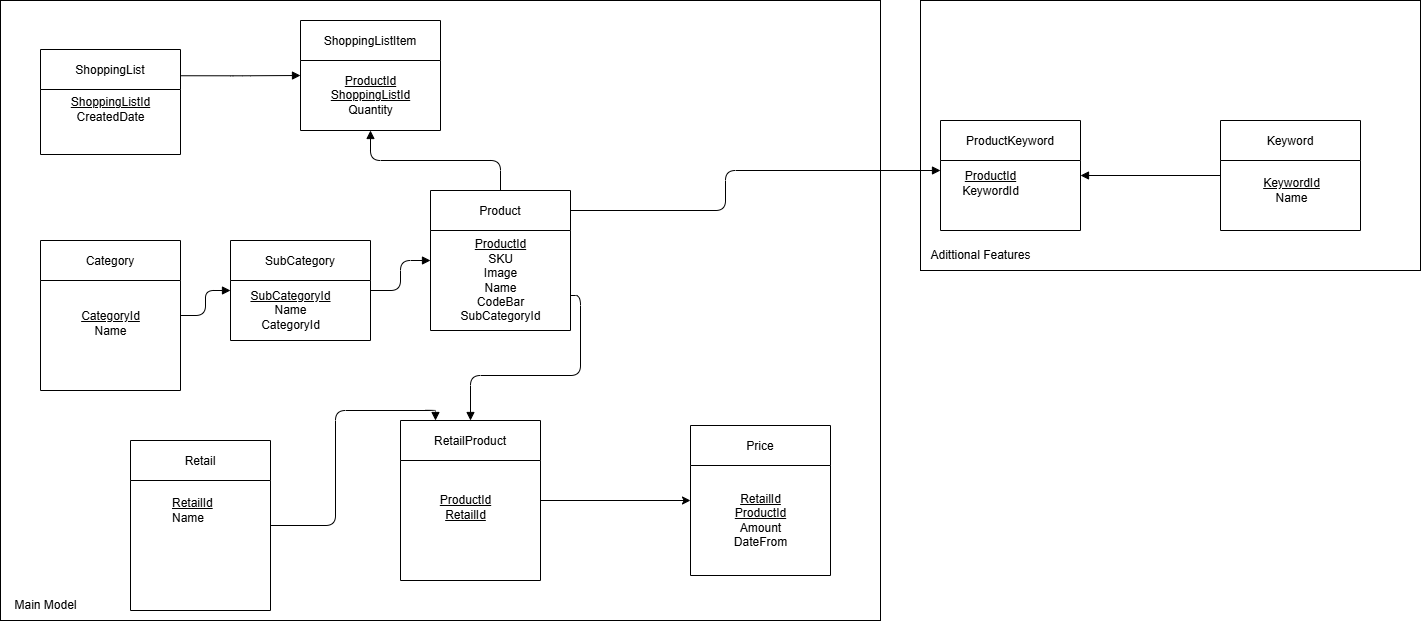
Before: ModeloDeDominio.png, a diagram exported from draw.io (utnfrrodsw/tp). Source tidied: cells renumbered, new cells last; positions are measured from the earlier drawing's top-left corner, leaving out a move shared by most shapes.
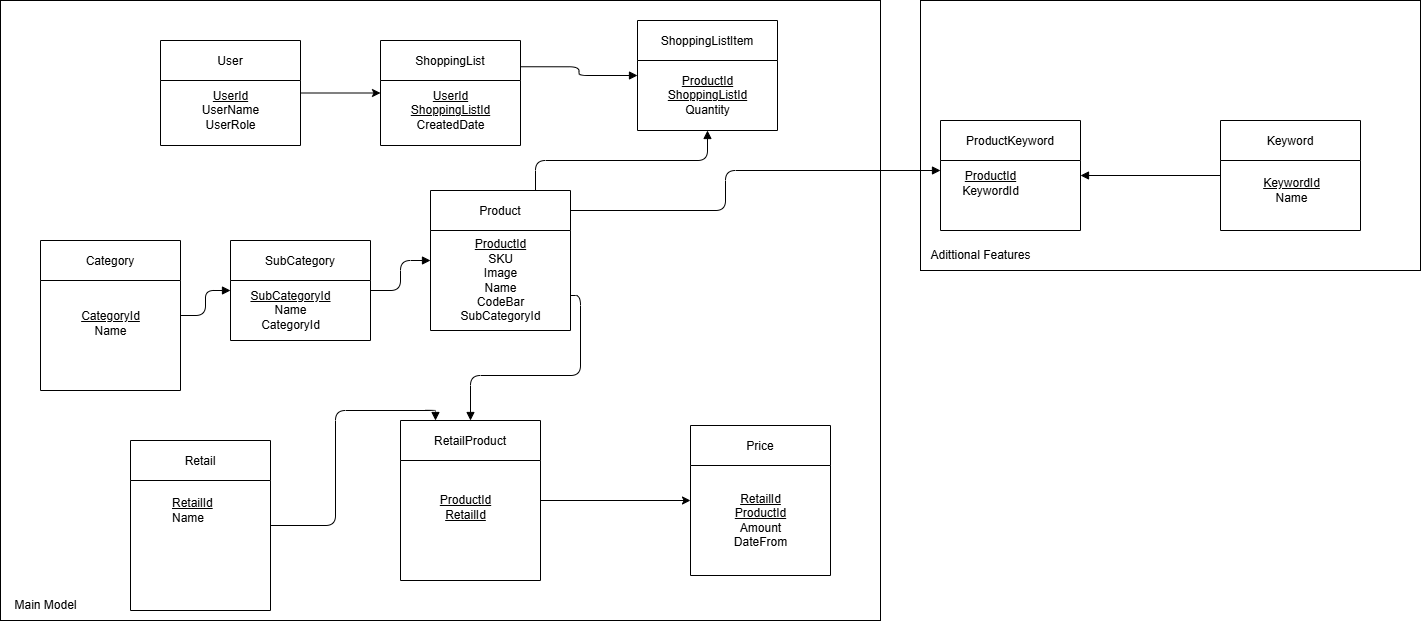
The same file after the commit.

Commit message:
Added User class

What changed in the source:
```diff
@@ -42,13 +42,13 @@
       <mxGeometry x="30" y="50" width="70" height="60" as="geometry" />
     </mxCell>
     <mxCell id="15" value="ShoppingList" style="shape=swimlane;" parent="1" vertex="1">
-      <mxGeometry x="40" y="49" width="140" height="105" as="geometry" />
+      <mxGeometry x="380" y="40" width="140" height="105" as="geometry" />
     </mxCell>
-    <mxCell id="16" value="&lt;u&gt;ShoppingListId&lt;/u&gt;&lt;div&gt;CreatedDate&lt;/div&gt;" style="text;html=1;align=center;verticalAlign=middle;strokeColor=none;fillColor=none;" parent="15" vertex="1">
-      <mxGeometry x="20" y="40" width="100" height="40" as="geometry" />
+    <mxCell id="16" value="&lt;u&gt;UserId&lt;/u&gt;&lt;div&gt;&lt;u&gt;ShoppingListId&lt;/u&gt;&lt;div&gt;CreatedDate&lt;/div&gt;&lt;/div&gt;" style="text;html=1;align=center;verticalAlign=middle;strokeColor=none;fillColor=none;" parent="15" vertex="1">
+      <mxGeometry x="20" y="40" width="100" height="60" as="geometry" />
     </mxCell>
     <mxCell id="17" value="ShoppingListItem" style="shape=swimlane;" parent="1" vertex="1">
-      <mxGeometry x="300" y="20" width="140" height="110" as="geometry" />
+      <mxGeometry x="637" y="20" width="140" height="110" as="geometry" />
     </mxCell>
     <mxCell id="18" value="&lt;u&gt;ProductId&lt;/u&gt;&lt;div&gt;&lt;u&gt;ShoppingListId&lt;/u&gt;&lt;/div&gt;&lt;div&gt;Quantity&lt;/div&gt;" style="text;html=1;align=center;verticalAlign=middle;strokeColor=none;fillColor=none;" parent="17" vertex="1">
       <mxGeometry x="20" y="45" width="100" height="60" as="geometry" />
@@ -83,7 +83,7 @@
     <mxCell id="28" style="edgeStyle=orthogonalEdgeStyle;endArrow=block;exitX=1;exitY=0.25;exitDx=0;exitDy=0;" parent="1" edge="1" source="15" target="17">
       <mxGeometry relative="1" as="geometry" />
     </mxCell>
-    <mxCell id="29" style="edgeStyle=orthogonalEdgeStyle;endArrow=block;" parent="1" edge="1" source="10" target="17">
+    <mxCell id="29" style="edgeStyle=orthogonalEdgeStyle;endArrow=block;exitX=0.75;exitY=0;exitDx=0;exitDy=0;" parent="1" edge="1" source="10" target="17">
       <mxGeometry relative="1" as="geometry" />
     </mxCell>
     <mxCell id="30" style="edgeStyle=orthogonalEdgeStyle;endArrow=block;" parent="1" edge="1" source="21" target="23">
@@ -106,5 +106,14 @@
     <mxCell id="34" value="Adittional Features" style="text;html=1;align=center;verticalAlign=middle;strokeColor=none;fillColor=none;" parent="1" vertex="1">
       <mxGeometry x="920" y="240" width="120" height="30" as="geometry" />
     </mxCell>
+    <mxCell id="35" style="edgeStyle=orthogonalEdgeStyle;rounded=0;jettySize=auto;html=1;entryX=0;entryY=0.5;entryDx=0;entryDy=0;" parent="1" edge="1" source="36" target="15">
+      <mxGeometry relative="1" as="geometry" />
+    </mxCell>
+    <mxCell id="36" value="User" style="shape=swimlane;" parent="1" vertex="1">
+      <mxGeometry x="160" y="40" width="140" height="105" as="geometry" />
+    </mxCell>
+    <mxCell id="37" value="&lt;u&gt;UserId&lt;/u&gt;&lt;div&gt;UserName&lt;/div&gt;&lt;div&gt;UserRole&lt;/div&gt;" style="text;html=1;align=center;verticalAlign=middle;strokeColor=none;fillColor=none;" parent="36" vertex="1">
+      <mxGeometry x="30" y="40" width="80" height="60" as="geometry" />
+    </mxCell>
   </root>
 </mxGraphModel>
```
